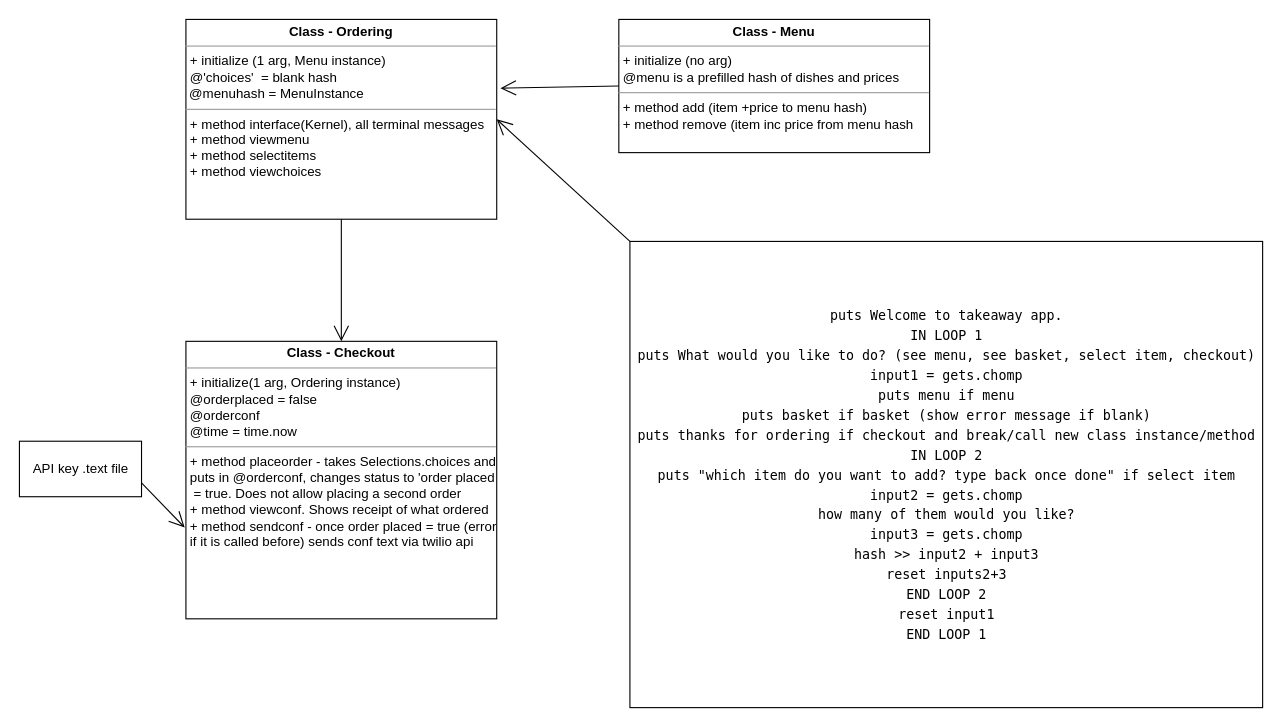
Earlier version of the draw.io diagram SoloMenu/SoloProject1.drawio (robin277t/week2). Source tidied: cells renumbered, new cells numbered last; positions are measured from the earlier drawing's top-left corner, leaving out a move shared by most shapes. Both pictures are drawn from the tidied source at 111%, with x=0, y=0 at pixel (19, 19).
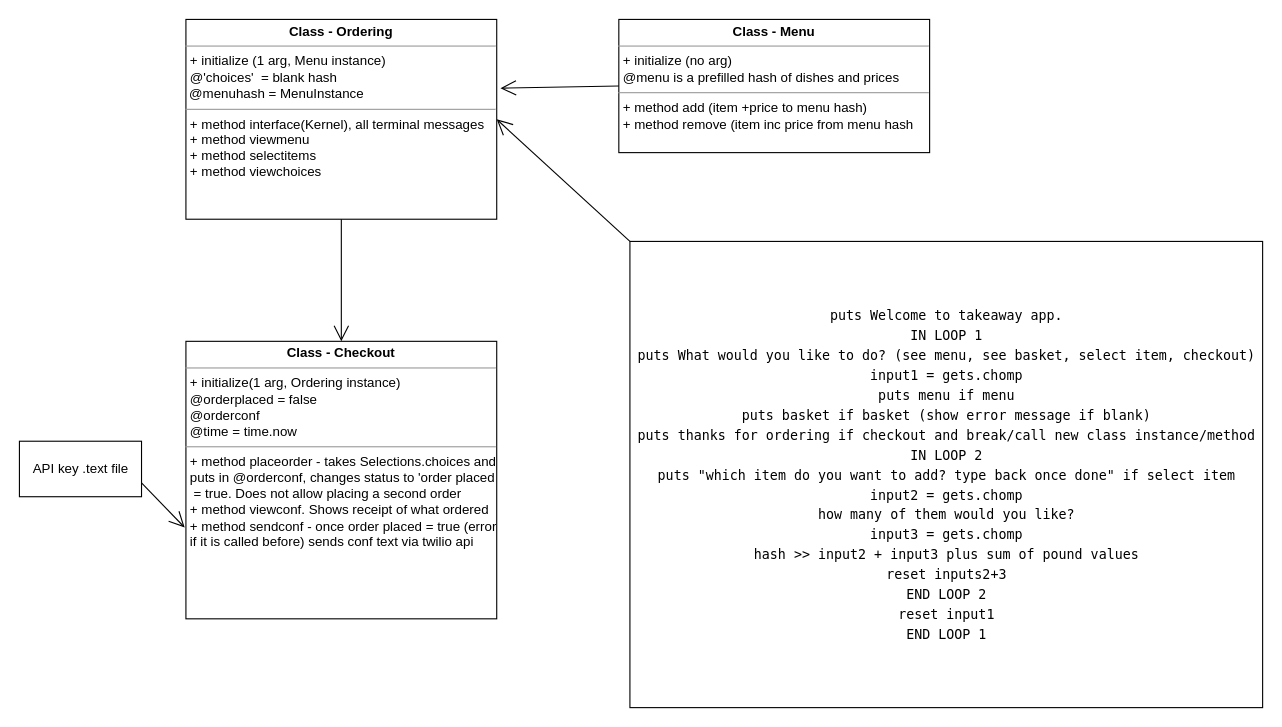
The same page after the edit.

Commit message (it also covers changes not shown here):
half way through takeaway challenge

Diff of the diagram source:
```diff
@@
 <mxGraphModel>
   <root>
     <mxCell id="0" />
     <mxCell id="1" parent="0" />
     <mxCell id="2" value="&lt;p style=&quot;margin: 0px ; margin-top: 4px ; text-align: center&quot;&gt;&lt;b&gt;Class - Menu&lt;/b&gt;&lt;/p&gt;&lt;hr size=&quot;1&quot;&gt;&lt;p style=&quot;margin: 0px ; margin-left: 4px&quot;&gt;+ initialize (no arg)&lt;/p&gt;&lt;p style=&quot;margin: 0px ; margin-left: 4px&quot;&gt;@menu is a prefilled hash of dishes and prices&lt;/p&gt;&lt;hr size=&quot;1&quot;&gt;&lt;p style=&quot;margin: 0px ; margin-left: 4px&quot;&gt;+ method add (item +price to menu hash)&lt;/p&gt;&lt;p style=&quot;margin: 0px ; margin-left: 4px&quot;&gt;+ method remove (item inc price from menu hash&lt;/p&gt;" style="verticalAlign=top;align=left;overflow=fill;fontSize=12;fontFamily=Helvetica;html=1;" parent="1" vertex="1">
       <mxGeometry x="540" width="280" height="120" as="geometry" />
     </mxCell>
     <mxCell id="3" value="&lt;p style=&quot;margin: 0px ; margin-top: 4px ; text-align: center&quot;&gt;&lt;b&gt;Class - Checkout&lt;/b&gt;&lt;/p&gt;&lt;hr size=&quot;1&quot;&gt;&lt;p style=&quot;margin: 0px ; margin-left: 4px&quot;&gt;+ initialize(1 arg, Ordering instance)&lt;/p&gt;&lt;p style=&quot;margin: 0px ; margin-left: 4px&quot;&gt;@orderplaced = false&lt;/p&gt;&lt;p style=&quot;margin: 0px ; margin-left: 4px&quot;&gt;@orderconf&lt;/p&gt;&lt;p style=&quot;margin: 0px ; margin-left: 4px&quot;&gt;@time = time.now&lt;/p&gt;&lt;hr size=&quot;1&quot;&gt;&lt;p style=&quot;margin: 0px ; margin-left: 4px&quot;&gt;+ method placeorder - takes Selections.choices and&amp;nbsp;&lt;/p&gt;&lt;p style=&quot;margin: 0px ; margin-left: 4px&quot;&gt;puts in @orderconf, changes status to 'order placed&lt;/p&gt;&lt;p style=&quot;margin: 0px ; margin-left: 4px&quot;&gt;&amp;nbsp;= true. Does not&amp;nbsp;&lt;span&gt;allow placing a second order&lt;/span&gt;&lt;/p&gt;&lt;p style=&quot;margin: 0px ; margin-left: 4px&quot;&gt;+ method viewconf. Shows receipt of what ordered&lt;/p&gt;&lt;p style=&quot;margin: 0px ; margin-left: 4px&quot;&gt;&lt;span&gt;+ method sendconf - once order placed = true (error&lt;/span&gt;&lt;br&gt;&lt;/p&gt;&lt;p style=&quot;margin: 0px ; margin-left: 4px&quot;&gt;if it is called before) sends conf text via twilio api&lt;/p&gt;&lt;p style=&quot;margin: 0px ; margin-left: 4px&quot;&gt;&lt;br&gt;&lt;/p&gt;" style="verticalAlign=top;align=left;overflow=fill;fontSize=12;fontFamily=Helvetica;html=1;" parent="1" vertex="1">
       <mxGeometry x="150" y="290" width="280" height="250" as="geometry" />
     </mxCell>
     <mxCell id="4" value="&lt;p style=&quot;margin: 0px ; margin-top: 4px ; text-align: center&quot;&gt;&lt;b&gt;Class - Ordering&lt;/b&gt;&lt;/p&gt;&lt;hr size=&quot;1&quot;&gt;&lt;p style=&quot;margin: 0px ; margin-left: 4px&quot;&gt;+ initialize (1 arg, Menu instance)&lt;/p&gt;&lt;p style=&quot;margin: 0px ; margin-left: 4px&quot;&gt;@'choices'&amp;nbsp; = blank hash&lt;/p&gt;&amp;nbsp;&lt;span&gt;@menuhash = MenuInstance&lt;/span&gt;&lt;br&gt;&lt;hr size=&quot;1&quot;&gt;&lt;p style=&quot;margin: 0px ; margin-left: 4px&quot;&gt;+ method interface(Kernel), all terminal messages&lt;/p&gt;&lt;p style=&quot;margin: 0px ; margin-left: 4px&quot;&gt;+ method viewmenu&lt;/p&gt;&lt;p style=&quot;margin: 0px ; margin-left: 4px&quot;&gt;+ method selectitems&lt;/p&gt;&lt;p style=&quot;margin: 0px ; margin-left: 4px&quot;&gt;+ method viewchoices&lt;/p&gt;" style="verticalAlign=top;align=left;overflow=fill;fontSize=12;fontFamily=Helvetica;html=1;" parent="1" vertex="1">
       <mxGeometry x="150" width="280" height="180" as="geometry" />
     </mxCell>
     <mxCell id="5" style="endArrow=open;endFill=1;endSize=12;html=1;rounded=0;entryX=1.012;entryY=0.344;entryDx=0;entryDy=0;exitX=0;exitY=0.5;exitDx=0;exitDy=0;entryPerimeter=0;" parent="1" edge="1" source="2" target="4">
       <mxGeometry relative="1" as="geometry" />
     </mxCell>
     <mxCell id="6" style="endArrow=open;endFill=1;endSize=12;html=1;rounded=0;exitX=0.5;exitY=1;exitDx=0;exitDy=0;entryX=0.5;entryY=0;entryDx=0;entryDy=0;" parent="1" edge="1" source="4" target="3">
       <mxGeometry relative="1" as="geometry" />
     </mxCell>
     <mxCell id="7" value="API key .text file" style="html=1;" parent="1" vertex="1">
       <mxGeometry y="380" width="110" height="50" as="geometry" />
     </mxCell>
-    <mxCell id="8" value="&lt;div style=&quot;background-color: rgb(255 , 255 , 255) ; font-family: &amp;#34;menlo&amp;#34; , &amp;#34;monaco&amp;#34; , &amp;#34;courier new&amp;#34; , monospace ; line-height: 18px&quot;&gt;&lt;div&gt;puts Welcome to takeaway app. &lt;/div&gt;&lt;div&gt;    IN LOOP 1&lt;/div&gt;&lt;div&gt;    puts What would you like to do? (see menu, see basket, select item, checkout)&lt;/div&gt;&lt;div&gt;    input1 = gets.chomp&lt;/div&gt;&lt;div&gt;    puts menu if menu&lt;/div&gt;&lt;div&gt;    puts basket if basket (show error message if blank)&lt;/div&gt;&lt;div&gt;    puts thanks for ordering if checkout and break/call new class instance/method&lt;/div&gt;&lt;div&gt;    &lt;/div&gt;&lt;div&gt;    IN LOOP 2&lt;/div&gt;&lt;div&gt;    puts &quot;which item do you want to add? type back once done&quot; if select item&lt;/div&gt;&lt;div&gt;    input2 = gets.chomp&lt;/div&gt;&lt;div&gt;    how many of them would you like?&lt;/div&gt;&lt;div&gt;    input3 = gets.chomp&lt;/div&gt;&lt;div&gt;       hash &amp;gt;&amp;gt; input2 + input3&lt;/div&gt;&lt;div&gt;reset inputs2+3&lt;/div&gt;&lt;div&gt;    END LOOP 2&lt;/div&gt;reset input1&lt;br&gt;&lt;div&gt;    END LOOP 1&lt;/div&gt;&lt;/div&gt;" style="html=1;" parent="1" vertex="1">
+    <mxCell id="8" value="&lt;div style=&quot;background-color: rgb(255 , 255 , 255) ; font-family: &amp;#34;menlo&amp;#34; , &amp;#34;monaco&amp;#34; , &amp;#34;courier new&amp;#34; , monospace ; line-height: 18px&quot;&gt;&lt;div&gt;puts Welcome to takeaway app. &lt;/div&gt;&lt;div&gt;    IN LOOP 1&lt;/div&gt;&lt;div&gt;    puts What would you like to do? (see menu, see basket, select item, checkout)&lt;/div&gt;&lt;div&gt;    input1 = gets.chomp&lt;/div&gt;&lt;div&gt;    puts menu if menu&lt;/div&gt;&lt;div&gt;    puts basket if basket (show error message if blank)&lt;/div&gt;&lt;div&gt;    puts thanks for ordering if checkout and break/call new class instance/method&lt;/div&gt;&lt;div&gt;    &lt;/div&gt;&lt;div&gt;    IN LOOP 2&lt;/div&gt;&lt;div&gt;    puts &quot;which item do you want to add? type back once done&quot; if select item&lt;/div&gt;&lt;div&gt;    input2 = gets.chomp&lt;/div&gt;&lt;div&gt;    how many of them would you like?&lt;/div&gt;&lt;div&gt;    input3 = gets.chomp&lt;/div&gt;&lt;div&gt;       hash &amp;gt;&amp;gt; input2 + input3 plus sum of pound values&lt;/div&gt;&lt;div&gt;reset inputs2+3&lt;/div&gt;&lt;div&gt;    END LOOP 2&lt;/div&gt;reset input1&lt;br&gt;&lt;div&gt;    END LOOP 1&lt;/div&gt;&lt;/div&gt;" style="html=1;" parent="1" vertex="1">
       <mxGeometry x="550" y="200" width="570" height="420" as="geometry" />
     </mxCell>
     <mxCell id="9" style="endArrow=open;endFill=1;endSize=12;html=1;entryX=-0.004;entryY=0.671;entryDx=0;entryDy=0;entryPerimeter=0;exitX=1;exitY=0.75;exitDx=0;exitDy=0;" parent="1" edge="1" source="7" target="3">
       <mxGeometry relative="1" as="geometry" />
     </mxCell>
     <mxCell id="10" style="endArrow=open;endFill=1;endSize=12;html=1;exitX=0;exitY=0;exitDx=0;exitDy=0;entryX=1;entryY=0.5;entryDx=0;entryDy=0;" parent="1" edge="1" source="8" target="4">
       <mxGeometry relative="1" as="geometry" />
     </mxCell>
   </root>
 </mxGraphModel>
```
